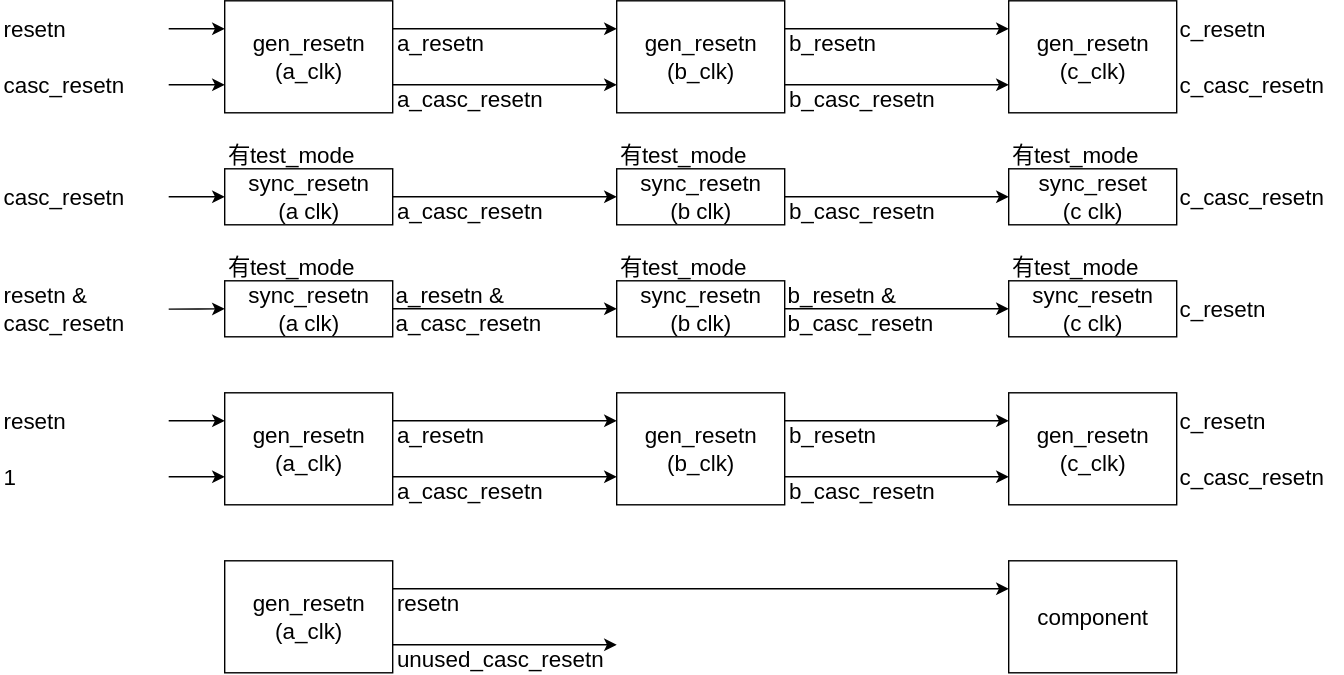
Before: de/platform_clk_resetn_gen/sync_resetn/include/resetn_tree.svg, a diagram exported from draw.io (jnjnliwenjie0022/obs). Source tidied: cells renumbered, new cells last; positions are measured from the earlier drawing's top-left corner, leaving out a move shared by most shapes.
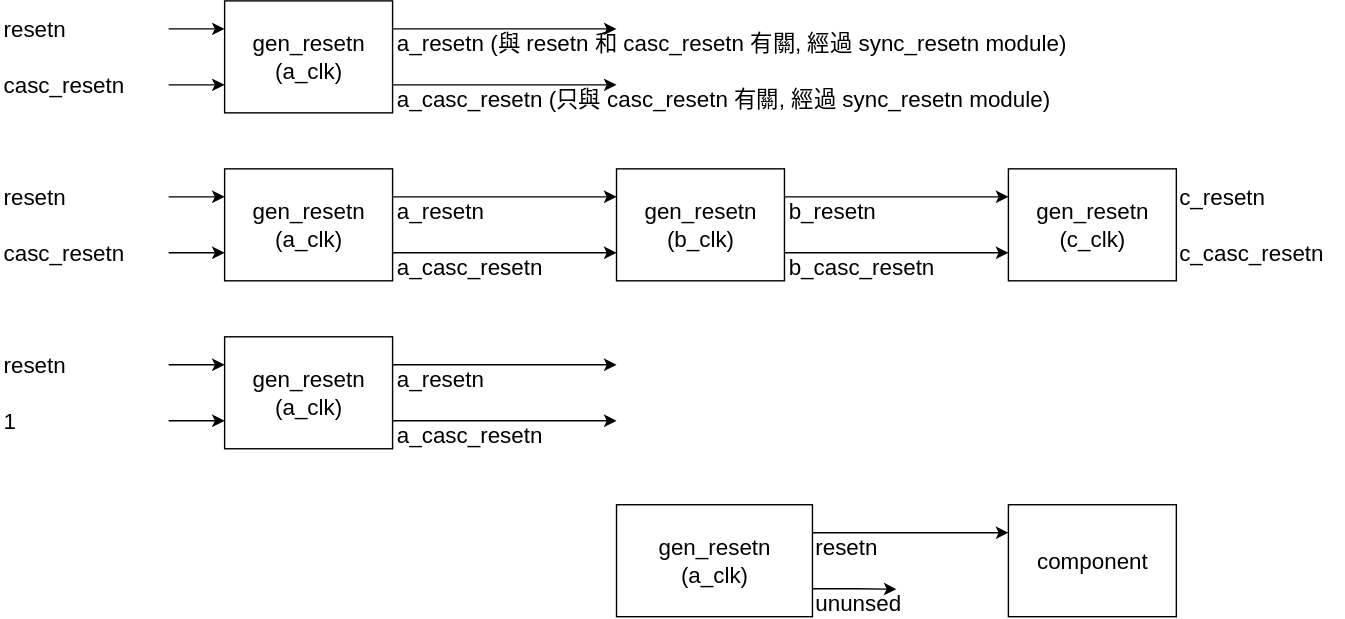
After the change.

Commit message:
vault backup: 2025-10-16 14:36:33

The edit, as a diff of the source:
```diff
@@ -11,9 +11,6 @@
     <mxCell id="4" value="gen_resetn&lt;div&gt;(c_clk)&lt;/div&gt;" style="rounded=0;whiteSpace=wrap;html=1;fontSize=16;" parent="1" vertex="1">
       <mxGeometry x="720" width="120" height="80" as="geometry" />
     </mxCell>
-    <mxCell id="5" value="sync_resetn&lt;div&gt;(a clk)&lt;/div&gt;" style="rounded=0;whiteSpace=wrap;html=1;fontSize=16;" parent="1" vertex="1">
-      <mxGeometry x="160" y="120" width="120" height="40" as="geometry" />
-    </mxCell>
     <mxCell id="6" style="edgeStyle=orthogonalEdgeStyle;rounded=0;jettySize=auto;html=1;" parent="1" edge="1" source="7">
       <mxGeometry relative="1" as="geometry">
         <mxPoint x="160" y="20" as="targetPoint" />
@@ -56,53 +53,6 @@
     <mxCell id="15" value="c_casc_resetn" style="rounded=0;whiteSpace=wrap;html=1;fontSize=16;fillColor=none;strokeColor=none;align=left;" parent="1" vertex="1">
       <mxGeometry x="840" y="50" width="120" height="20" as="geometry" />
     </mxCell>
-    <mxCell id="16" style="edgeStyle=orthogonalEdgeStyle;rounded=0;jettySize=auto;html=1;" parent="1" edge="1" source="17">
-      <mxGeometry relative="1" as="geometry">
-        <mxPoint x="160" y="140" as="targetPoint" />
-      </mxGeometry>
-    </mxCell>
-    <mxCell id="17" value="casc_resetn" style="rounded=0;whiteSpace=wrap;html=1;fontSize=16;fillColor=none;strokeColor=none;align=left;" parent="1" vertex="1">
-      <mxGeometry y="130" width="120" height="20" as="geometry" />
-    </mxCell>
-    <mxCell id="18" value="有test_mode" style="rounded=0;whiteSpace=wrap;html=1;fontSize=16;fillColor=none;strokeColor=none;align=left;" parent="1" vertex="1">
-      <mxGeometry x="160" y="100" width="120" height="20" as="geometry" />
-    </mxCell>
-    <mxCell id="19" value="sync_resetn&lt;div&gt;(b clk)&lt;/div&gt;" style="rounded=0;whiteSpace=wrap;html=1;fontSize=16;" parent="1" vertex="1">
-      <mxGeometry x="440" y="120" width="120" height="40" as="geometry" />
-    </mxCell>
-    <mxCell id="20" style="edgeStyle=orthogonalEdgeStyle;rounded=0;jettySize=auto;html=1;exitX=1;exitY=0.5;exitDx=0;exitDy=0;" parent="1" edge="1" source="5">
-      <mxGeometry relative="1" as="geometry">
-        <mxPoint x="440" y="140" as="targetPoint" />
-      </mxGeometry>
-    </mxCell>
-    <mxCell id="21" value="有test_mode" style="rounded=0;whiteSpace=wrap;html=1;fontSize=16;fillColor=none;strokeColor=none;align=left;" parent="1" vertex="1">
-      <mxGeometry x="440" y="100" width="120" height="20" as="geometry" />
-    </mxCell>
-    <mxCell id="22" value="sync_reset&lt;div&gt;(c clk)&lt;/div&gt;" style="rounded=0;whiteSpace=wrap;html=1;fontSize=16;" parent="1" vertex="1">
-      <mxGeometry x="720" y="120" width="120" height="40" as="geometry" />
-    </mxCell>
-    <mxCell id="23" style="edgeStyle=orthogonalEdgeStyle;rounded=0;jettySize=auto;html=1;exitX=1;exitY=0.5;exitDx=0;exitDy=0;" parent="1" edge="1" source="19">
-      <mxGeometry relative="1" as="geometry">
-        <mxPoint x="720" y="140" as="targetPoint" />
-      </mxGeometry>
-    </mxCell>
-    <mxCell id="24" value="有test_mode" style="rounded=0;whiteSpace=wrap;html=1;fontSize=16;fillColor=none;strokeColor=none;align=left;" parent="1" vertex="1">
-      <mxGeometry x="720" y="100" width="120" height="20" as="geometry" />
-    </mxCell>
-    <mxCell id="25" value="c_casc_resetn" style="rounded=0;whiteSpace=wrap;html=1;fontSize=16;fillColor=none;strokeColor=none;align=left;" parent="1" vertex="1">
-      <mxGeometry x="840" y="130" width="120" height="20" as="geometry" />
-    </mxCell>
-    <mxCell id="26" style="edgeStyle=orthogonalEdgeStyle;rounded=0;jettySize=auto;html=1;exitX=0;exitY=0.5;exitDx=0;exitDy=0;entryX=0;entryY=0.5;entryDx=0;entryDy=0;" parent="1" edge="1" target="27">
-      <mxGeometry relative="1" as="geometry">
-        <mxPoint x="120" y="220.2" as="sourcePoint" />
-      </mxGeometry>
-    </mxCell>
-    <mxCell id="27" value="sync_resetn&lt;div&gt;(a clk)&lt;/div&gt;" style="rounded=0;whiteSpace=wrap;html=1;fontSize=16;" parent="1" vertex="1">
-      <mxGeometry x="160" y="200" width="120" height="40" as="geometry" />
-    </mxCell>
-    <mxCell id="28" value="有test_mode" style="rounded=0;whiteSpace=wrap;html=1;fontSize=16;fillColor=none;strokeColor=none;align=left;" parent="1" vertex="1">
-      <mxGeometry x="160" y="180" width="120" height="20" as="geometry" />
-    </mxCell>
     <mxCell id="29" value="a_resetn" style="rounded=0;whiteSpace=wrap;html=1;fontSize=16;fillColor=none;strokeColor=none;align=left;" parent="1" vertex="1">
       <mxGeometry x="280.5" y="20" width="120" height="20" as="geometry" />
     </mxCell>
@@ -115,138 +65,97 @@
     <mxCell id="32" value="b_resetn" style="rounded=0;whiteSpace=wrap;html=1;fontSize=16;fillColor=none;strokeColor=none;align=left;" parent="1" vertex="1">
       <mxGeometry x="560.5" y="20" width="120" height="20" as="geometry" />
     </mxCell>
-    <mxCell id="33" value="b_casc_resetn" style="rounded=0;whiteSpace=wrap;html=1;fontSize=16;fillColor=none;strokeColor=none;align=left;" parent="1" vertex="1">
-      <mxGeometry x="560.5" y="140" width="120" height="20" as="geometry" />
-    </mxCell>
-    <mxCell id="34" value="a_casc_resetn" style="rounded=0;whiteSpace=wrap;html=1;fontSize=16;fillColor=none;strokeColor=none;align=left;" parent="1" vertex="1">
-      <mxGeometry x="280.5" y="140" width="120" height="20" as="geometry" />
-    </mxCell>
-    <mxCell id="35" value="casc_resetn" style="rounded=0;whiteSpace=wrap;html=1;fontSize=16;fillColor=none;strokeColor=none;align=left;" parent="1" vertex="1">
-      <mxGeometry y="220" width="120" height="20" as="geometry" />
-    </mxCell>
-    <mxCell id="36" value="resetn &amp;amp;" style="rounded=0;whiteSpace=wrap;html=1;fontSize=16;fillColor=none;strokeColor=none;align=left;" parent="1" vertex="1">
-      <mxGeometry y="200" width="120" height="20" as="geometry" />
-    </mxCell>
-    <mxCell id="37" style="edgeStyle=orthogonalEdgeStyle;rounded=0;jettySize=auto;html=1;exitX=1;exitY=0.5;exitDx=0;exitDy=0;entryX=0;entryY=0.5;entryDx=0;entryDy=0;" parent="1" edge="1" source="27" target="38">
-      <mxGeometry relative="1" as="geometry" />
-    </mxCell>
-    <mxCell id="38" value="sync_resetn&lt;div&gt;(b clk)&lt;/div&gt;" style="rounded=0;whiteSpace=wrap;html=1;fontSize=16;" parent="1" vertex="1">
-      <mxGeometry x="440" y="200" width="120" height="40" as="geometry" />
-    </mxCell>
-    <mxCell id="39" value="有test_mode" style="rounded=0;whiteSpace=wrap;html=1;fontSize=16;fillColor=none;strokeColor=none;align=left;" parent="1" vertex="1">
-      <mxGeometry x="440" y="180" width="120" height="20" as="geometry" />
-    </mxCell>
-    <mxCell id="40" style="edgeStyle=orthogonalEdgeStyle;rounded=0;jettySize=auto;html=1;exitX=1;exitY=0.5;exitDx=0;exitDy=0;entryX=0;entryY=0.5;entryDx=0;entryDy=0;" parent="1" edge="1" source="38" target="41">
-      <mxGeometry relative="1" as="geometry" />
-    </mxCell>
-    <mxCell id="41" value="sync_resetn&lt;div&gt;(c clk)&lt;/div&gt;" style="rounded=0;whiteSpace=wrap;html=1;fontSize=16;" parent="1" vertex="1">
-      <mxGeometry x="720" y="200" width="120" height="40" as="geometry" />
-    </mxCell>
-    <mxCell id="42" value="有test_mode" style="rounded=0;whiteSpace=wrap;html=1;fontSize=16;fillColor=none;strokeColor=none;align=left;" parent="1" vertex="1">
-      <mxGeometry x="720" y="180" width="120" height="20" as="geometry" />
-    </mxCell>
-    <mxCell id="43" value="&lt;span style=&quot;background-color: transparent; color: light-dark(rgb(0, 0, 0), rgb(255, 255, 255));&quot;&gt;a_resetn &amp;amp;&lt;/span&gt;" style="rounded=0;whiteSpace=wrap;html=1;fontSize=16;fillColor=none;strokeColor=none;align=left;" parent="1" vertex="1">
-      <mxGeometry x="280" y="200" width="120" height="20" as="geometry" />
-    </mxCell>
-    <mxCell id="44" value="a_casc_resetn" style="rounded=0;whiteSpace=wrap;html=1;fontSize=16;fillColor=none;strokeColor=none;align=left;" parent="1" vertex="1">
-      <mxGeometry x="280" y="220" width="120" height="20" as="geometry" />
-    </mxCell>
-    <mxCell id="45" value="b_resetn &amp;amp;" style="rounded=0;whiteSpace=wrap;html=1;fontSize=16;fillColor=none;strokeColor=none;align=left;" parent="1" vertex="1">
-      <mxGeometry x="560" y="200" width="120" height="20" as="geometry" />
-    </mxCell>
-    <mxCell id="46" value="b_casc_resetn" style="rounded=0;whiteSpace=wrap;html=1;fontSize=16;fillColor=none;strokeColor=none;align=left;" parent="1" vertex="1">
-      <mxGeometry x="560" y="220" width="120" height="20" as="geometry" />
-    </mxCell>
-    <mxCell id="47" value="c_resetn" style="rounded=0;whiteSpace=wrap;html=1;fontSize=16;fillColor=none;strokeColor=none;align=left;" parent="1" vertex="1">
-      <mxGeometry x="840" y="210" width="120" height="20" as="geometry" />
-    </mxCell>
     <mxCell id="48" value="gen_resetn&lt;div&gt;(a_clk)&lt;/div&gt;" style="rounded=0;whiteSpace=wrap;html=1;fontSize=16;" parent="1" vertex="1">
-      <mxGeometry x="160" y="280" width="120" height="80" as="geometry" />
+      <mxGeometry x="160" y="120" width="120" height="80" as="geometry" />
     </mxCell>
     <mxCell id="49" style="edgeStyle=orthogonalEdgeStyle;rounded=0;jettySize=auto;html=1;" parent="1" edge="1" source="50">
       <mxGeometry relative="1" as="geometry">
-        <mxPoint x="160" y="300" as="targetPoint" />
+        <mxPoint x="160" y="140" as="targetPoint" />
       </mxGeometry>
     </mxCell>
     <mxCell id="50" value="resetn" style="rounded=0;whiteSpace=wrap;html=1;fontSize=16;fillColor=none;strokeColor=none;align=left;" parent="1" vertex="1">
-      <mxGeometry y="290" width="120" height="20" as="geometry" />
+      <mxGeometry y="130" width="120" height="20" as="geometry" />
     </mxCell>
     <mxCell id="51" style="edgeStyle=orthogonalEdgeStyle;rounded=0;jettySize=auto;html=1;" parent="1" edge="1" source="52">
       <mxGeometry relative="1" as="geometry">
-        <mxPoint x="160" y="340" as="targetPoint" />
+        <mxPoint x="160" y="180" as="targetPoint" />
       </mxGeometry>
     </mxCell>
     <mxCell id="52" value="1" style="rounded=0;whiteSpace=wrap;html=1;fontSize=16;fillColor=none;strokeColor=none;align=left;" parent="1" vertex="1">
-      <mxGeometry y="330" width="120" height="20" as="geometry" />
+      <mxGeometry y="170" width="120" height="20" as="geometry" />
     </mxCell>
-    <mxCell id="53" value="gen_resetn&lt;div&gt;(b_clk)&lt;/div&gt;" style="rounded=0;whiteSpace=wrap;html=1;fontSize=16;" parent="1" vertex="1">
-      <mxGeometry x="440" y="280" width="120" height="80" as="geometry" />
-    </mxCell>
-    <mxCell id="54" value="gen_resetn&lt;div&gt;(c_clk)&lt;/div&gt;" style="rounded=0;whiteSpace=wrap;html=1;fontSize=16;" parent="1" vertex="1">
-      <mxGeometry x="720" y="280" width="120" height="80" as="geometry" />
-    </mxCell>
     <mxCell id="55" style="edgeStyle=orthogonalEdgeStyle;rounded=0;orthogonalLoop=1;jettySize=auto;html=1;exitX=1;exitY=0.25;exitDx=0;exitDy=0;" parent="1" edge="1">
       <mxGeometry relative="1" as="geometry">
-        <mxPoint x="280" y="300" as="sourcePoint" />
-        <mxPoint x="440" y="300" as="targetPoint" />
+        <mxPoint x="280" y="140" as="sourcePoint" />
+        <mxPoint x="440" y="140" as="targetPoint" />
       </mxGeometry>
     </mxCell>
     <mxCell id="56" style="edgeStyle=orthogonalEdgeStyle;rounded=0;orthogonalLoop=1;jettySize=auto;html=1;exitX=1;exitY=0.75;exitDx=0;exitDy=0;" parent="1" edge="1">
       <mxGeometry relative="1" as="geometry">
-        <mxPoint x="280" y="340" as="sourcePoint" />
-        <mxPoint x="440" y="340" as="targetPoint" />
+        <mxPoint x="280" y="180" as="sourcePoint" />
+        <mxPoint x="440" y="180" as="targetPoint" />
       </mxGeometry>
     </mxCell>
-    <mxCell id="57" style="edgeStyle=orthogonalEdgeStyle;rounded=0;jettySize=auto;html=1;exitX=1;exitY=0.25;exitDx=0;exitDy=0;" parent="1" edge="1" source="53">
-      <mxGeometry relative="1" as="geometry">
-        <mxPoint x="720" y="300" as="targetPoint" />
-      </mxGeometry>
-    </mxCell>
-    <mxCell id="58" style="edgeStyle=orthogonalEdgeStyle;rounded=0;jettySize=auto;html=1;exitX=1;exitY=0.75;exitDx=0;exitDy=0;" parent="1" edge="1" source="53">
-      <mxGeometry relative="1" as="geometry">
-        <mxPoint x="720" y="340" as="targetPoint" />
-      </mxGeometry>
-    </mxCell>
-    <mxCell id="59" value="c_resetn" style="rounded=0;whiteSpace=wrap;html=1;fontSize=16;fillColor=none;strokeColor=none;align=left;" parent="1" vertex="1">
-      <mxGeometry x="840" y="290" width="120" height="20" as="geometry" />
-    </mxCell>
-    <mxCell id="60" value="c_casc_resetn" style="rounded=0;whiteSpace=wrap;html=1;fontSize=16;fillColor=none;strokeColor=none;align=left;" parent="1" vertex="1">
-      <mxGeometry x="840" y="330" width="120" height="20" as="geometry" />
-    </mxCell>
     <mxCell id="61" value="a_resetn" style="rounded=0;whiteSpace=wrap;html=1;fontSize=16;fillColor=none;strokeColor=none;align=left;" parent="1" vertex="1">
-      <mxGeometry x="280.5" y="300" width="120" height="20" as="geometry" />
+      <mxGeometry x="280.5" y="140" width="120" height="20" as="geometry" />
     </mxCell>
     <mxCell id="62" value="a_casc_resetn" style="rounded=0;whiteSpace=wrap;html=1;fontSize=16;fillColor=none;strokeColor=none;align=left;" parent="1" vertex="1">
-      <mxGeometry x="280.5" y="340" width="120" height="20" as="geometry" />
+      <mxGeometry x="280.5" y="180" width="120" height="20" as="geometry" />
     </mxCell>
-    <mxCell id="63" value="b_casc_resetn" style="rounded=0;whiteSpace=wrap;html=1;fontSize=16;fillColor=none;strokeColor=none;align=left;" parent="1" vertex="1">
-      <mxGeometry x="560.5" y="340" width="120" height="20" as="geometry" />
-    </mxCell>
-    <mxCell id="64" value="b_resetn" style="rounded=0;whiteSpace=wrap;html=1;fontSize=16;fillColor=none;strokeColor=none;align=left;" parent="1" vertex="1">
-      <mxGeometry x="560.5" y="300" width="120" height="20" as="geometry" />
-    </mxCell>
+    <mxCell id="71" style="edgeStyle=orthogonalEdgeStyle;rounded=0;jettySize=auto;html=1;exitX=1;exitY=0.75;exitDx=0;exitDy=0;" parent="1" edge="1" source="65">
+      <mxGeometry relative="1" as="geometry">
+        <mxPoint x="640" y="300.3" as="targetPoint" />
+      </mxGeometry>
+    </mxCell>
     <mxCell id="65" value="gen_resetn&lt;div&gt;(a_clk)&lt;/div&gt;" style="rounded=0;whiteSpace=wrap;html=1;fontSize=16;" parent="1" vertex="1">
-      <mxGeometry x="160" y="400" width="120" height="80" as="geometry" />
+      <mxGeometry x="440" y="240" width="140" height="80" as="geometry" />
     </mxCell>
-    <mxCell id="66" style="edgeStyle=orthogonalEdgeStyle;rounded=0;jettySize=auto;html=1;exitX=1;exitY=0.25;exitDx=0;exitDy=0;entryX=0;entryY=0.25;entryDx=0;entryDy=0;" parent="1" edge="1" target="70">
-      <mxGeometry relative="1" as="geometry">
-        <mxPoint x="280" y="420" as="sourcePoint" />
-      </mxGeometry>
+    <mxCell id="66" style="edgeStyle=orthogonalEdgeStyle;rounded=0;jettySize=auto;html=1;entryX=0;entryY=0.25;entryDx=0;entryDy=0;exitX=1;exitY=0.25;exitDx=0;exitDy=0;" parent="1" edge="1" source="65" target="70">
+      <mxGeometry relative="1" as="geometry" />
     </mxCell>
-    <mxCell id="67" style="edgeStyle=orthogonalEdgeStyle;rounded=0;orthogonalLoop=1;jettySize=auto;html=1;exitX=1;exitY=0.75;exitDx=0;exitDy=0;" parent="1" edge="1">
-      <mxGeometry relative="1" as="geometry">
-        <mxPoint x="280" y="460" as="sourcePoint" />
-        <mxPoint x="440" y="460" as="targetPoint" />
-      </mxGeometry>
-    </mxCell>
     <mxCell id="68" value="resetn" style="rounded=0;whiteSpace=wrap;html=1;fontSize=16;fillColor=none;strokeColor=none;align=left;" parent="1" vertex="1">
-      <mxGeometry x="280.5" y="420" width="120" height="20" as="geometry" />
+      <mxGeometry x="580" y="260" width="120" height="20" as="geometry" />
     </mxCell>
-    <mxCell id="69" value="unused_casc_resetn" style="rounded=0;whiteSpace=wrap;html=1;fontSize=16;fillColor=none;strokeColor=none;align=left;" parent="1" vertex="1">
-      <mxGeometry x="280.5" y="460" width="120" height="20" as="geometry" />
-    </mxCell>
     <mxCell id="70" value="component" style="rounded=0;whiteSpace=wrap;html=1;fontSize=16;" parent="1" vertex="1">
-      <mxGeometry x="720" y="400" width="120" height="80" as="geometry" />
+      <mxGeometry x="720" y="240" width="120" height="80" as="geometry" />
     </mxCell>
+    <mxCell id="72" value="ununsed" style="rounded=0;whiteSpace=wrap;html=1;fontSize=16;fillColor=none;strokeColor=none;align=left;" parent="1" vertex="1">
+      <mxGeometry x="580" y="300" width="120" height="20" as="geometry" />
+    </mxCell>
+    <mxCell id="73" value="gen_resetn&lt;div&gt;(a_clk)&lt;/div&gt;" style="rounded=0;whiteSpace=wrap;html=1;fontSize=16;" parent="1" vertex="1">
+      <mxGeometry x="160" y="-120" width="120" height="80" as="geometry" />
+    </mxCell>
+    <mxCell id="74" style="edgeStyle=orthogonalEdgeStyle;rounded=0;jettySize=auto;html=1;" parent="1" edge="1" source="75">
+      <mxGeometry relative="1" as="geometry">
+        <mxPoint x="160" y="-100" as="targetPoint" />
+      </mxGeometry>
+    </mxCell>
+    <mxCell id="75" value="resetn" style="rounded=0;whiteSpace=wrap;html=1;fontSize=16;fillColor=none;strokeColor=none;align=left;" parent="1" vertex="1">
+      <mxGeometry y="-110" width="120" height="20" as="geometry" />
+    </mxCell>
+    <mxCell id="76" style="edgeStyle=orthogonalEdgeStyle;rounded=0;jettySize=auto;html=1;" parent="1" edge="1" source="77">
+      <mxGeometry relative="1" as="geometry">
+        <mxPoint x="160" y="-60" as="targetPoint" />
+      </mxGeometry>
+    </mxCell>
+    <mxCell id="77" value="casc_resetn" style="rounded=0;whiteSpace=wrap;html=1;fontSize=16;fillColor=none;strokeColor=none;align=left;" parent="1" vertex="1">
+      <mxGeometry y="-70" width="120" height="20" as="geometry" />
+    </mxCell>
+    <mxCell id="78" style="edgeStyle=orthogonalEdgeStyle;rounded=0;jettySize=auto;html=1;exitX=1;exitY=0.25;exitDx=0;exitDy=0;" parent="1" edge="1" source="73">
+      <mxGeometry relative="1" as="geometry">
+        <mxPoint x="440" y="-100" as="targetPoint" />
+      </mxGeometry>
+    </mxCell>
+    <mxCell id="79" style="edgeStyle=orthogonalEdgeStyle;rounded=0;jettySize=auto;html=1;exitX=1;exitY=0.75;exitDx=0;exitDy=0;" parent="1" edge="1" source="73">
+      <mxGeometry relative="1" as="geometry">
+        <mxPoint x="440" y="-60" as="targetPoint" />
+      </mxGeometry>
+    </mxCell>
+    <mxCell id="80" value="a_resetn (與&amp;nbsp;resetn&amp;nbsp;和 casc_resetn 有關,&amp;nbsp;經過 sync_resetn module)" style="rounded=0;whiteSpace=wrap;html=1;fontSize=16;fillColor=none;strokeColor=none;align=left;" parent="1" vertex="1">
+      <mxGeometry x="280.5" y="-100" width="569.5" height="20" as="geometry" />
+    </mxCell>
+    <mxCell id="81" value="a_casc_resetn (只與 casc_resetn 有關,&amp;nbsp;經過 sync_resetn module)" style="rounded=0;whiteSpace=wrap;html=1;fontSize=16;fillColor=none;strokeColor=none;align=left;" parent="1" vertex="1">
+      <mxGeometry x="280.5" y="-60" width="539.5" height="20" as="geometry" />
+    </mxCell>
   </root>
 </mxGraphModel>
```
